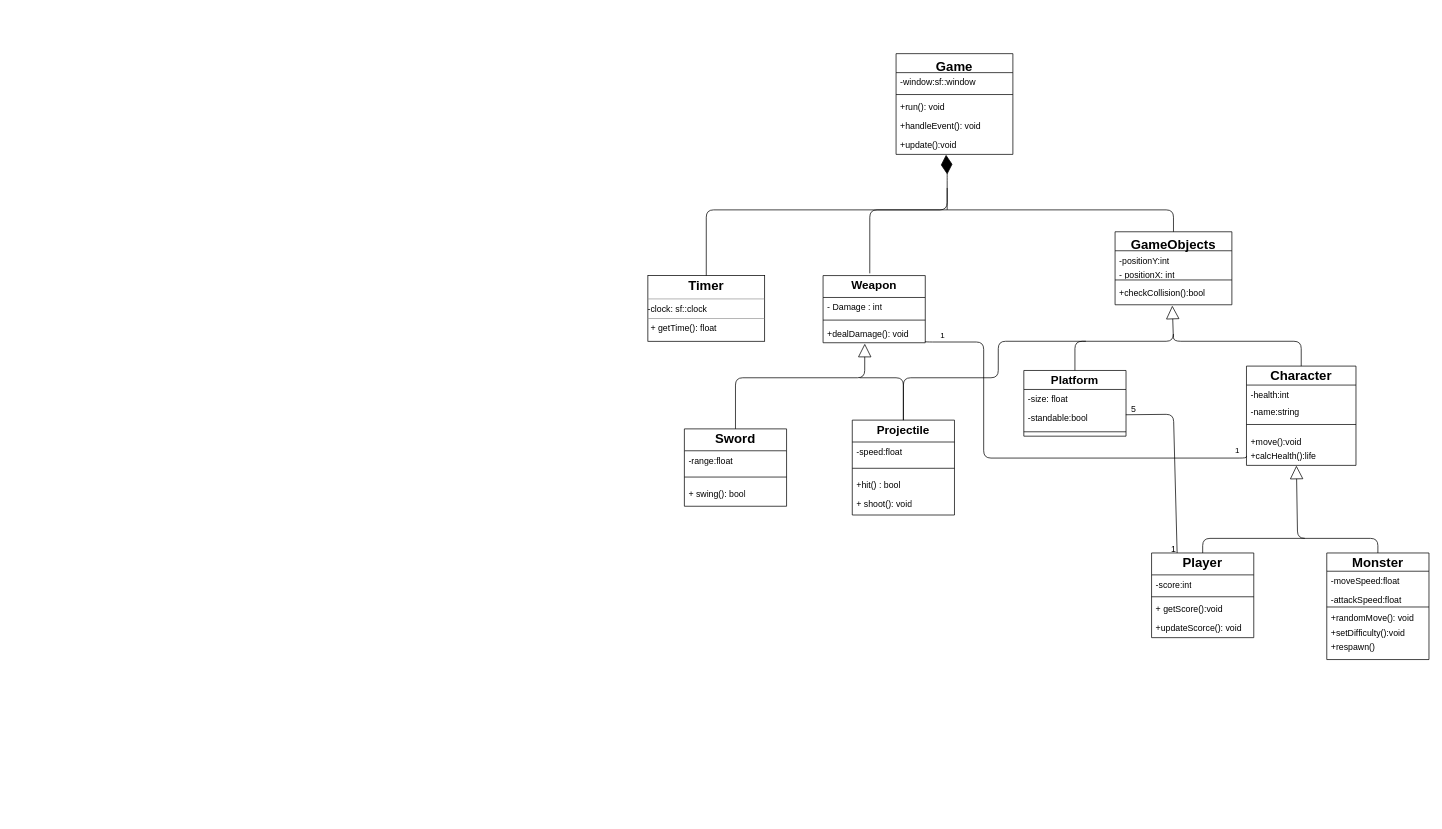
Gabe-Hog/platformer-game keeps this draw.io diagram as classDiagram.drawio. Above is the earlier version. Source tidied: cells renumbered, new cells numbered last; positions are measured from the earlier drawing's top-left corner, leaving out a move shared by most shapes. Both pictures are drawn from the tidied source at 73%, with x=0, y=0 at pixel (648, 53).
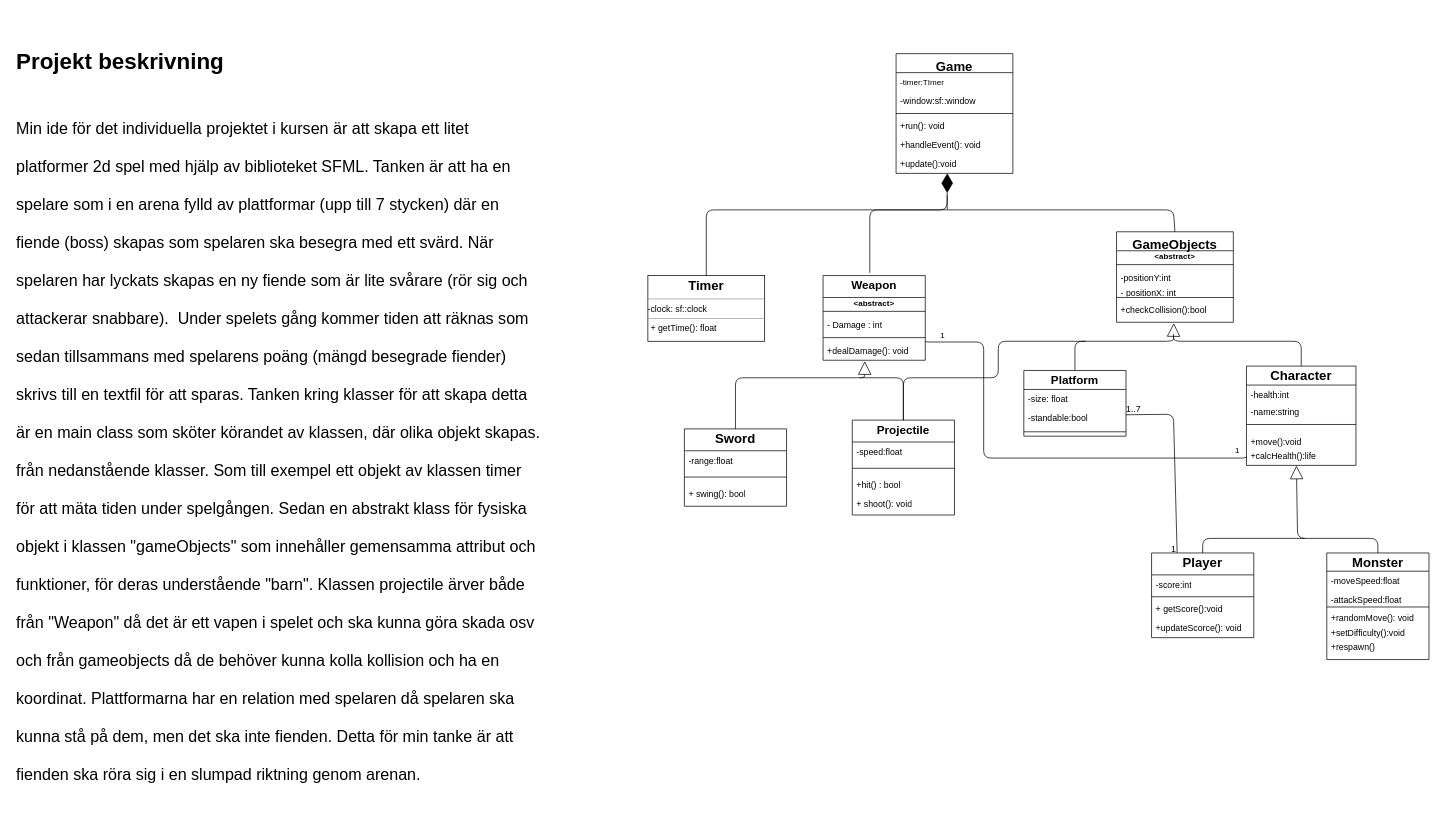
The same diagram, later.

What changed in the source:
```diff
@@
     <mxCell id="25" value="&lt;p style=&quot;margin:0px;margin-top:4px;text-align:center;&quot;&gt;&lt;b style=&quot;background-color: initial;&quot;&gt;&lt;font size=&quot;3&quot;&gt;Weapon&lt;/font&gt;&lt;/b&gt;&lt;/p&gt;" style="verticalAlign=top;align=center;overflow=fill;html=1;whiteSpace=wrap;shape=swimlane;fontStyle=1;startSize=30;horizontal=1;" parent="1" vertex="1">
-      <mxGeometry x="240" y="304" width="140" height="92" as="geometry" />
+      <mxGeometry x="240" y="304" width="140" height="116" as="geometry" />
     </mxCell>
+    <mxCell id="67" value="&lt;abstract&gt;" style="text;align=center;fontStyle=1;verticalAlign=middle;spacingLeft=3;spacingRight=3;strokeColor=none;fontSize=11;" parent="25" vertex="1">
+      <mxGeometry y="30" width="140" height="14" as="geometry" />
+    </mxCell>
+    <mxCell id="68" style="line;strokeWidth=1;fillColor=none;align=left;verticalAlign=middle;spacingTop=-1;spacingLeft=3;spacingRight=3;labelPosition=right;strokeColor=inherit;fontSize=22;" parent="25" vertex="1">
+      <mxGeometry y="44" width="140" height="10" as="geometry" />
+    </mxCell>
     <mxCell id="26" value="- Damage : int" style="text;strokeColor=none;fillColor=none;align=left;verticalAlign=top;spacingLeft=4;spacingRight=4;overflow=hidden;whiteSpace=wrap;html=1;" parent="25" vertex="1">
-      <mxGeometry y="30" width="140" height="26" as="geometry" />
+      <mxGeometry y="54" width="140" height="26" as="geometry" />
     </mxCell>
     <mxCell id="27" style="line;strokeWidth=1;fillColor=none;align=left;verticalAlign=middle;spacingTop=-1;spacingLeft=3;spacingRight=3;labelPosition=right;strokeColor=inherit;" parent="25" vertex="1">
-      <mxGeometry y="56" width="140" height="10" as="geometry" />
+      <mxGeometry y="80" width="140" height="10" as="geometry" />
     </mxCell>
     <mxCell id="28" value="+dealDamage(): void" style="text;strokeColor=none;fillColor=none;align=left;verticalAlign=top;spacingLeft=4;spacingRight=4;overflow=hidden;points=[[0,0.5],[1,0.5]];portConstraint=eastwest;whiteSpace=wrap;html=1;" parent="25" vertex="1">
-      <mxGeometry y="66" width="140" height="26" as="geometry" />
+      <mxGeometry y="90" width="140" height="26" as="geometry" />
     </mxCell>
@@
-    <mxCell id="39" value="GameObjects" style="swimlane;fontStyle=1;align=center;verticalAlign=top;horizontal=1;startSize=26;fontSize=18;" parent="1" vertex="1">
-      <mxGeometry x="640" y="244" width="160" height="100" as="geometry" />
+    <mxCell id="39" value="GameObjects&#10;&#10;" style="swimlane;fontStyle=1;align=center;verticalAlign=top;horizontal=1;startSize=26;fontSize=18;" parent="1" vertex="1">
+      <mxGeometry x="642" y="244" width="160" height="124" as="geometry" />
     </mxCell>
+    <mxCell id="69" value="&lt;abstract&gt;" style="text;align=center;fontStyle=1;verticalAlign=middle;spacingLeft=3;spacingRight=3;strokeColor=none;fontSize=11;" parent="39" vertex="1">
+      <mxGeometry y="26" width="160" height="14" as="geometry" />
+    </mxCell>
+    <mxCell id="70" style="line;strokeWidth=1;fillColor=none;align=left;verticalAlign=middle;spacingTop=-1;spacingLeft=3;spacingRight=3;labelPosition=right;strokeColor=inherit;fontSize=22;" parent="39" vertex="1">
+      <mxGeometry y="40" width="160" height="10" as="geometry" />
+    </mxCell>
     <mxCell id="40" value="-positionY:int" style="text;strokeColor=none;fillColor=none;align=left;verticalAlign=top;spacingLeft=4;spacingRight=4;overflow=hidden;whiteSpace=wrap;html=1;" parent="39" vertex="1">
-      <mxGeometry y="26" width="160" height="20" as="geometry" />
+      <mxGeometry y="50" width="160" height="20" as="geometry" />
     </mxCell>
     <mxCell id="41" value="- positionX: int" style="text;strokeColor=none;fillColor=none;align=left;verticalAlign=top;spacingLeft=4;spacingRight=4;overflow=hidden;whiteSpace=wrap;html=1;" parent="39" vertex="1">
-      <mxGeometry y="46" width="160" height="16" as="geometry" />
+      <mxGeometry y="70" width="160" height="16" as="geometry" />
     </mxCell>
     <mxCell id="42" style="line;strokeWidth=1;fillColor=none;align=left;verticalAlign=middle;spacingTop=-1;spacingLeft=3;spacingRight=3;labelPosition=right;strokeColor=inherit;fontSize=18;" parent="39" vertex="1">
-      <mxGeometry y="62" width="160" height="8" as="geometry" />
+      <mxGeometry y="86" width="160" height="8" as="geometry" />
     </mxCell>
     <mxCell id="43" value="+checkCollision():bool" style="text;strokeColor=none;fillColor=none;align=left;verticalAlign=top;spacingLeft=4;spacingRight=4;overflow=hidden;points=[[0,0.5],[1,0.5]];portConstraint=eastwest;whiteSpace=wrap;html=1;" parent="39" vertex="1">
-      <mxGeometry y="70" width="160" height="30" as="geometry" />
+      <mxGeometry y="94" width="160" height="30" as="geometry" />
     </mxCell>
-    <mxCell id="44" style="endArrow=diamondThin;endFill=1;endSize=24;html=1;fontSize=12;entryX=0.428;entryY=1.019;entryDx=0;entryDy=0;entryPerimeter=0;" parent="1" edge="1" target="66">
+    <mxCell id="44" style="endArrow=diamondThin;endFill=1;endSize=24;html=1;fontSize=12;entryX=0.438;entryY=1;entryDx=0;entryDy=0;entryPerimeter=0;fontColor=#000000;" parent="1" edge="1" target="66">
       <mxGeometry relative="1" as="geometry">
         <mxPoint x="410" y="214" as="sourcePoint" />
         <Array as="points">
-          <mxPoint x="410" y="164" />
+          <mxPoint x="410" y="194" />
         </Array>
       </mxGeometry>
     </mxCell>
     <mxCell id="45" style="endArrow=none;html=1;fontSize=12;exitX=0.457;exitY=-0.033;exitDx=0;exitDy=0;exitPerimeter=0;" parent="1" edge="1" source="25">
       <mxGeometry relative="1" as="geometry">
-        <mxPoint x="410" y="184" as="targetPoint" />
+        <mxPoint x="410" y="194" as="targetPoint" />
         <Array as="points">
           <mxPoint x="304" y="214" />
           <mxPoint x="410" y="214" />
         </Array>
       </mxGeometry>
     </mxCell>
@@
-    <mxCell id="58" value="5" style="text;html=1;align=center;verticalAlign=middle;strokeColor=none;fillColor=none;" parent="1" vertex="1">
-      <mxGeometry x="650" y="472" width="30" height="30" as="geometry" />
+    <mxCell id="58" value="1..7" style="text;html=1;align=center;verticalAlign=middle;strokeColor=none;fillColor=none;" parent="1" vertex="1">
+      <mxGeometry x="645" y="472" width="40" height="30" as="geometry" />
     </mxCell>
@@
     <mxCell id="61" value="Game" style="swimlane;fontStyle=1;align=center;verticalAlign=top;horizontal=1;startSize=26;fontSize=18;" parent="1" vertex="1">
-      <mxGeometry x="340" width="160" height="138" as="geometry" />
+      <mxGeometry x="340" width="160" height="164" as="geometry" />
     </mxCell>
+    <mxCell id="71" value="-timer:TImer" style="text;strokeColor=none;fillColor=none;align=left;verticalAlign=top;spacingLeft=4;spacingRight=4;overflow=hidden;fontSize=11;" parent="61" vertex="1">
+      <mxGeometry y="26" width="160" height="26" as="geometry" />
+    </mxCell>
     <mxCell id="62" value="-window:sf::window" style="text;strokeColor=none;fillColor=none;align=left;verticalAlign=top;spacingLeft=4;spacingRight=4;overflow=hidden;" parent="61" vertex="1">
-      <mxGeometry y="26" width="160" height="26" as="geometry" />
+      <mxGeometry y="52" width="160" height="26" as="geometry" />
     </mxCell>
     <mxCell id="63" style="line;strokeWidth=1;fillColor=none;align=left;verticalAlign=middle;spacingTop=-1;spacingLeft=3;spacingRight=3;labelPosition=right;strokeColor=inherit;" parent="61" vertex="1">
-      <mxGeometry y="52" width="160" height="8" as="geometry" />
+      <mxGeometry y="78" width="160" height="8" as="geometry" />
     </mxCell>
     <mxCell id="64" value="+run(): void" style="text;strokeColor=none;fillColor=none;align=left;verticalAlign=top;spacingLeft=4;spacingRight=4;overflow=hidden;" parent="61" vertex="1">
-      <mxGeometry y="60" width="160" height="26" as="geometry" />
+      <mxGeometry y="86" width="160" height="26" as="geometry" />
     </mxCell>
     <mxCell id="65" value="+handleEvent(): void" style="text;strokeColor=none;fillColor=none;align=left;verticalAlign=top;spacingLeft=4;spacingRight=4;overflow=hidden;" parent="61" vertex="1">
-      <mxGeometry y="86" width="160" height="26" as="geometry" />
+      <mxGeometry y="112" width="160" height="26" as="geometry" />
     </mxCell>
     <mxCell id="66" value="+update():void" style="text;strokeColor=none;fillColor=none;align=left;verticalAlign=top;spacingLeft=4;spacingRight=4;overflow=hidden;points=[[0,0.5],[1,0.5]];portConstraint=eastwest;" parent="61" vertex="1">
-      <mxGeometry y="112" width="160" height="26" as="geometry" />
+      <mxGeometry y="138" width="160" height="26" as="geometry" />
     </mxCell>
+    <mxCell id="72" value="&lt;span id=&quot;docs-internal-guid-a214cb24-7fff-58ae-1cf6-b593a2d4fcf7&quot;&gt;&lt;h1 style=&quot;line-height: 1.38; margin-top: 24pt; margin-bottom: 0pt; padding: 0pt 0pt 6pt;&quot; dir=&quot;ltr&quot;&gt;&lt;span style=&quot;font-size: 23pt; font-family: Arial, sans-serif; background-color: transparent; font-variant-numeric: normal; font-variant-east-asian: normal; font-variant-alternates: normal; font-variant-position: normal; font-variant-emoji: normal; vertical-align: baseline;&quot;&gt;Projekt beskrivning&lt;/span&gt;&lt;/h1&gt;&lt;/span&gt;&lt;h1 style=&quot;line-height: 100%;&quot;&gt;&lt;span style=&quot;background-color: transparent; font-family: Arial, sans-serif; font-size: 16.5pt; font-weight: 400;&quot;&gt;Min ide för det individuella projektet i kursen är att skapa ett litet platformer 2d spel med hjälp av biblioteket SFML. Tanken är att ha en spelare som i en arena fylld av plattformar (upp till 7 stycken) där en fiende (boss) skapas som spelaren ska besegra med ett svärd. När spelaren har lyckats skapas en ny fiende som är lite svårare (rör sig och attackerar snabbare).&amp;nbsp; Under spelets gång kommer tiden att räknas som sedan tillsammans med spelarens poäng (mängd besegrade fiender) skrivs till en textfil för att sparas. Tanken kring klasser för att skapa detta är en main class som sköter körandet av klassen, där olika objekt skapas. från nedanstående klasser. Som till exempel ett objekt av klassen timer för att mäta tiden under spelgången. Sedan en abstrakt klass för fysiska objekt i klassen &quot;gameObjects&quot; som innehåller gemensamma attribut och funktioner, för deras understående &quot;barn&quot;. Klassen projectile ärver både från &quot;Weapon&quot; då det är ett vapen i spelet och ska kunna göra skada osv och från gameobjects då de behöver kunna kolla kollision och ha en koordinat. Plattformarna har en relation med spelaren då spelaren ska kunna stå på dem, men det ska inte fienden. Detta för min tanke är att fienden ska röra sig i en slumpad riktning genom arenan.&lt;/span&gt;&lt;span style=&quot;background-color: initial; font-size: 22px; font-weight: normal;&quot;&gt;&amp;nbsp; &amp;nbsp;&lt;/span&gt;&lt;/h1&gt;&lt;h1&gt;&lt;/h1&gt;&lt;p&gt;&lt;/p&gt;" style="text;html=1;strokeColor=none;fillColor=none;spacing=5;spacingTop=-20;whiteSpace=wrap;overflow=hidden;rounded=0;fontSize=22;" parent="1" vertex="1">
+      <mxGeometry x="-870" y="-46" width="730" height="1092" as="geometry" />
+    </mxCell>
```
